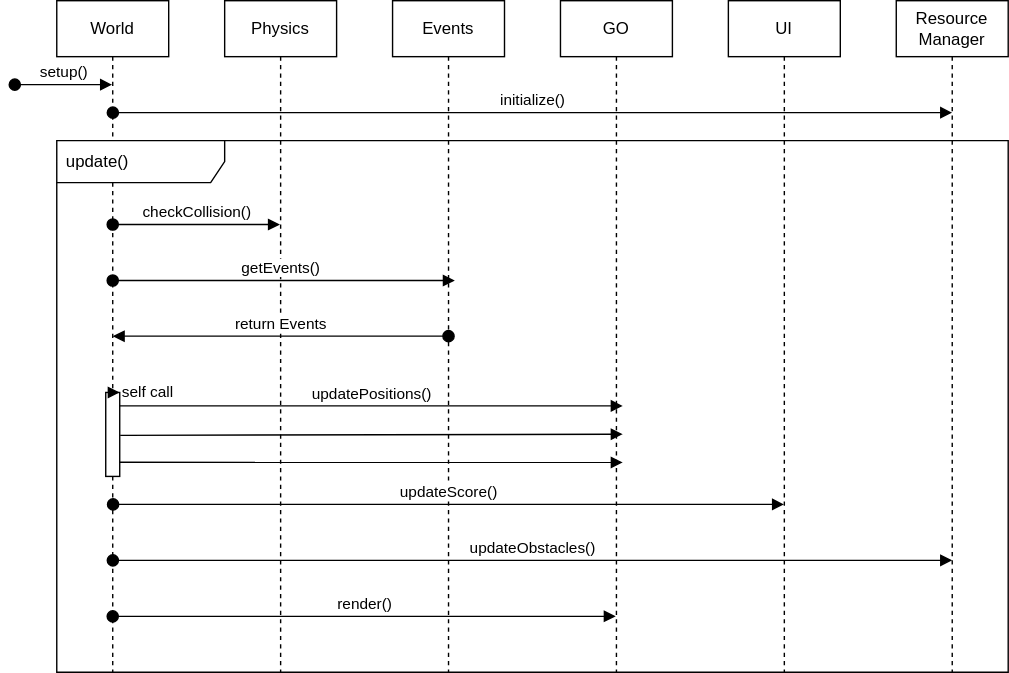
This is doc/world_loop_sequence_diagram.drawio.svg from kruserr/budget-flappy-bird-engine, a draw.io export, as it was before one commit. Source tidied: cells renumbered, new cells last; positions are measured from the earlier drawing's top-left corner, leaving out a move shared by most shapes. Source of this version:
```xml
<mxGraphModel>
  <root>
    <mxCell id="0" />
    <mxCell id="1" parent="0" />
    <mxCell id="2" value="World" style="shape=umlLifeline;perimeter=lifelinePerimeter;whiteSpace=wrap;html=1;outlineConnect=0;" parent="1" vertex="1">
      <mxGeometry x="30" width="80" height="480" as="geometry" />
    </mxCell>
    <mxCell id="3" style="html=1;points=[];perimeter=orthogonalPerimeter;" parent="2" vertex="1">
      <mxGeometry x="35" y="280" width="10" height="60" as="geometry" />
    </mxCell>
    <mxCell id="4" value="self call" style="edgeStyle=orthogonalEdgeStyle;html=1;align=left;spacingLeft=2;endArrow=block;rounded=0;entryX=1;entryY=0;" parent="2" edge="1" source="2" target="3">
      <mxGeometry relative="1" as="geometry">
        <Array as="points">
          <mxPoint x="70" y="270" />
          <mxPoint x="70" y="280" />
        </Array>
      </mxGeometry>
    </mxCell>
    <mxCell id="5" value="Events" style="shape=umlLifeline;perimeter=lifelinePerimeter;whiteSpace=wrap;html=1;" parent="1" vertex="1">
      <mxGeometry x="270" width="80" height="480" as="geometry" />
    </mxCell>
    <mxCell id="6" value="updateObstacles()" style="html=1;verticalAlign=bottom;startArrow=oval;startFill=1;endArrow=block;startSize=8;" parent="5" edge="1">
      <mxGeometry relative="1" as="geometry">
        <mxPoint x="-199.9" y="400" as="sourcePoint" />
        <mxPoint x="399.9" y="400" as="targetPoint" />
        <Array as="points">
          <mxPoint x="-9.6" y="400" />
          <mxPoint x="20.4" y="400" />
        </Array>
      </mxGeometry>
    </mxCell>
    <mxCell id="7" value="Physics" style="shape=umlLifeline;perimeter=lifelinePerimeter;whiteSpace=wrap;html=1;" parent="1" vertex="1">
      <mxGeometry x="150" width="80" height="480" as="geometry" />
    </mxCell>
    <mxCell id="8" value="UI" style="shape=umlLifeline;perimeter=lifelinePerimeter;whiteSpace=wrap;html=1;" parent="1" vertex="1">
      <mxGeometry x="510" width="80" height="480" as="geometry" />
    </mxCell>
    <mxCell id="9" value="GO" style="shape=umlLifeline;perimeter=lifelinePerimeter;whiteSpace=wrap;html=1;" parent="1" vertex="1">
      <mxGeometry x="390" width="80" height="480" as="geometry" />
    </mxCell>
    <mxCell id="10" value="Resource Manager" style="shape=umlLifeline;perimeter=lifelinePerimeter;whiteSpace=wrap;html=1;" parent="1" vertex="1">
      <mxGeometry x="630" width="80" height="480" as="geometry" />
    </mxCell>
    <mxCell id="11" value="render()" style="html=1;verticalAlign=bottom;startArrow=oval;startFill=1;endArrow=block;startSize=8;" parent="1" edge="1">
      <mxGeometry relative="1" as="geometry">
        <mxPoint x="70" y="440" as="sourcePoint" />
        <mxPoint x="429.5" y="440" as="targetPoint" />
      </mxGeometry>
    </mxCell>
    <mxCell id="12" value="updateScore()" style="html=1;verticalAlign=bottom;startArrow=oval;startFill=1;endArrow=block;startSize=8;" parent="1" edge="1">
      <mxGeometry relative="1" as="geometry">
        <mxPoint x="70.2" y="360" as="sourcePoint" />
        <mxPoint x="549.8" y="360" as="targetPoint" />
        <Array as="points">
          <mxPoint x="220.2" y="360" />
        </Array>
      </mxGeometry>
    </mxCell>
    <mxCell id="13" style="html=1;verticalAlign=bottom;startArrow=none;startFill=0;endArrow=block;startSize=8;exitX=1.033;exitY=0.511;exitDx=0;exitDy=0;exitPerimeter=0;" parent="1" edge="1" source="3">
      <mxGeometry x="0.1" relative="1" as="geometry">
        <mxPoint x="434.5" y="309.8" as="targetPoint" />
      </mxGeometry>
    </mxCell>
    <mxCell id="14" style="html=1;verticalAlign=bottom;startArrow=none;startFill=0;endArrow=block;startSize=8;exitX=0.994;exitY=0.832;exitDx=0;exitDy=0;exitPerimeter=0;" parent="1" edge="1" source="3">
      <mxGeometry relative="1" as="geometry">
        <mxPoint x="434.5" y="330" as="targetPoint" />
      </mxGeometry>
    </mxCell>
    <mxCell id="15" value="updatePositions()" style="html=1;verticalAlign=bottom;startArrow=none;startFill=0;endArrow=block;startSize=8;exitX=0.991;exitY=0.16;exitDx=0;exitDy=0;exitPerimeter=0;" parent="1" edge="1" source="3">
      <mxGeometry relative="1" as="geometry">
        <mxPoint x="434.5" y="289.6" as="targetPoint" />
      </mxGeometry>
    </mxCell>
    <mxCell id="16" value="return Events" style="html=1;verticalAlign=bottom;startArrow=oval;startFill=1;endArrow=block;startSize=8;" parent="1" edge="1">
      <mxGeometry relative="1" as="geometry">
        <mxPoint x="310" y="239.8" as="sourcePoint" />
        <mxPoint x="70" y="239.8" as="targetPoint" />
      </mxGeometry>
    </mxCell>
    <mxCell id="17" value="getEvents()" style="html=1;verticalAlign=bottom;startArrow=oval;startFill=1;endArrow=block;startSize=8;" parent="1" edge="1">
      <mxGeometry x="-0.02" relative="1" as="geometry">
        <mxPoint x="70" y="200" as="sourcePoint" />
        <mxPoint x="314.5" y="200" as="targetPoint" />
      </mxGeometry>
    </mxCell>
    <mxCell id="18" value="checkCollision()" style="html=1;verticalAlign=bottom;startArrow=oval;startFill=1;endArrow=block;startSize=8;" parent="1" edge="1">
      <mxGeometry relative="1" as="geometry">
        <mxPoint x="70" y="160" as="sourcePoint" />
        <mxPoint x="189.5" y="160" as="targetPoint" />
      </mxGeometry>
    </mxCell>
    <mxCell id="19" value="initialize()" style="html=1;verticalAlign=bottom;startArrow=oval;startFill=1;endArrow=block;startSize=8;" parent="1" edge="1">
      <mxGeometry relative="1" as="geometry">
        <mxPoint x="70.1" y="80" as="sourcePoint" />
        <mxPoint x="669.9" y="80" as="targetPoint" />
        <Array as="points">
          <mxPoint x="260.4" y="80" />
          <mxPoint x="290.4" y="80" />
        </Array>
      </mxGeometry>
    </mxCell>
    <mxCell id="20" value="setup()" style="html=1;verticalAlign=bottom;startArrow=oval;startFill=1;endArrow=block;startSize=8;" parent="1" edge="1">
      <mxGeometry x="0.01" relative="1" as="geometry">
        <mxPoint y="60" as="sourcePoint" />
        <mxPoint x="69.5" y="60" as="targetPoint" />
      </mxGeometry>
    </mxCell>
    <mxCell id="21" value="update()" style="shape=umlFrame;whiteSpace=wrap;html=1;width=120;height=30;boundedLbl=1;verticalAlign=middle;align=left;spacingLeft=5;" parent="1" vertex="1">
      <mxGeometry x="30" y="100" width="680" height="380" as="geometry" />
    </mxCell>
  </root>
</mxGraphModel>
```
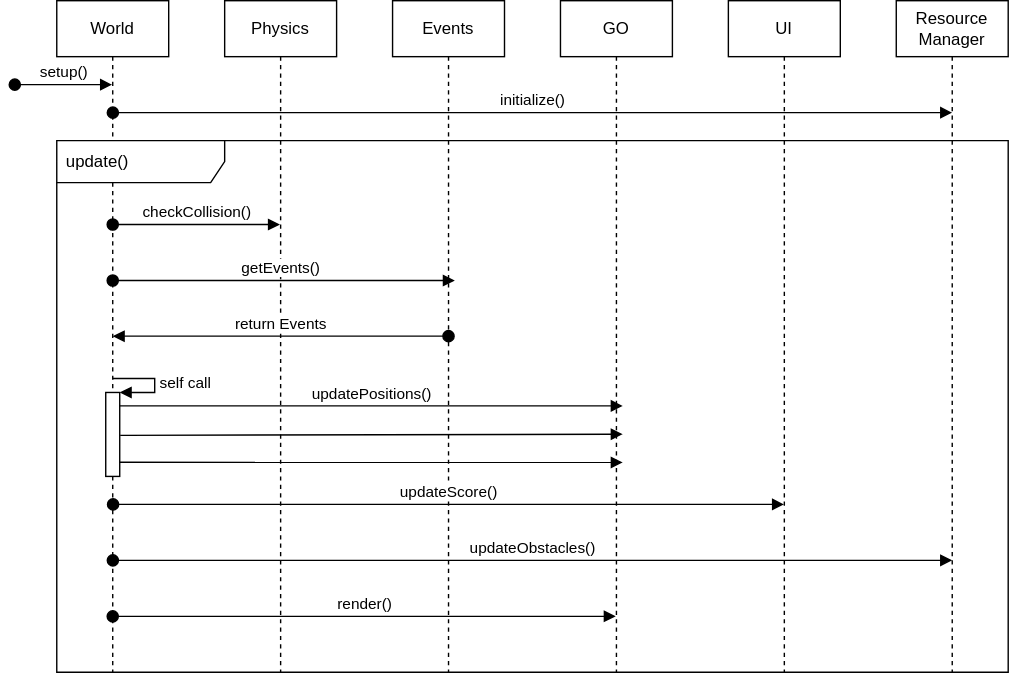
After the commit.

Commit message:
world sequence diagram

Change to the diagram source:
```diff
@@ -8,8 +8,9 @@
     <mxCell id="3" style="html=1;points=[];perimeter=orthogonalPerimeter;" parent="2" vertex="1">
       <mxGeometry x="35" y="280" width="10" height="60" as="geometry" />
     </mxCell>
-    <mxCell id="4" value="self call" style="edgeStyle=orthogonalEdgeStyle;html=1;align=left;spacingLeft=2;endArrow=block;rounded=0;entryX=1;entryY=0;" parent="2" edge="1" source="2" target="3">
+    <mxCell id="4" value="self call" style="edgeStyle=orthogonalEdgeStyle;html=1;align=left;spacingLeft=2;endArrow=block;rounded=0;" parent="2" edge="1" source="2">
       <mxGeometry relative="1" as="geometry">
+        <mxPoint x="45" y="280" as="targetPoint" />
         <Array as="points">
           <mxPoint x="70" y="270" />
           <mxPoint x="70" y="280" />
```
